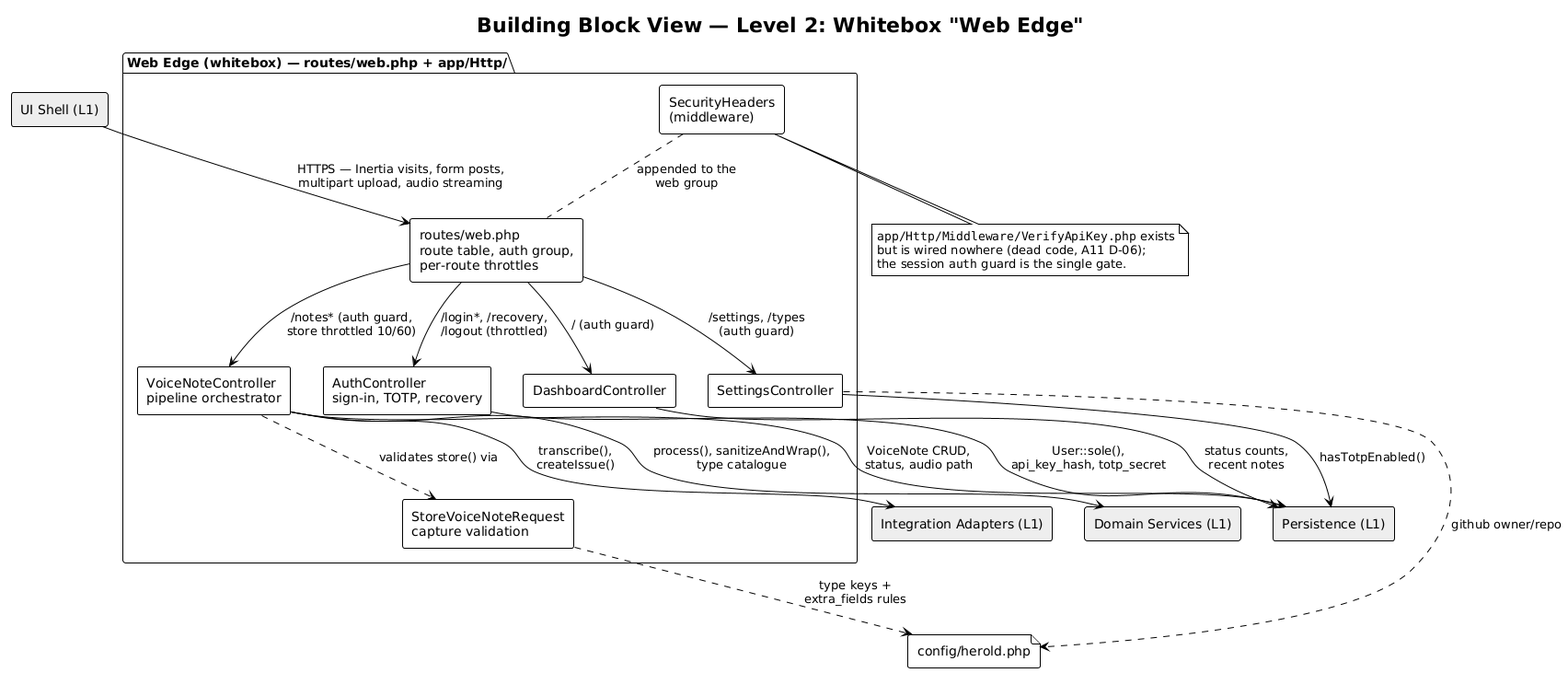
This is docs/arch/diagrams-png/a05-l2-web-edge.png from carstenlucke/herold, a PlantUML export, as it was before one commit.
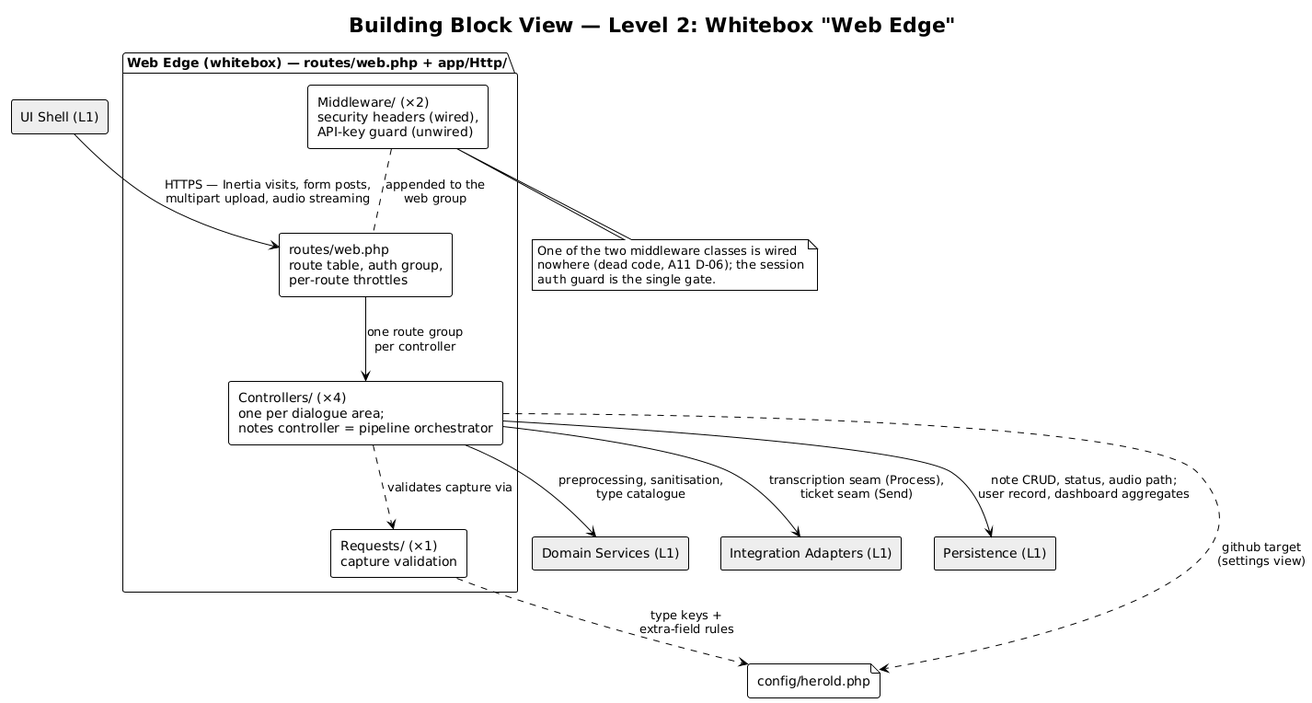
After the commit.

The edit, as a diff of the source:
```diff
@@ -6,12 +6,9 @@
 
 package "Web Edge (whitebox) — routes/web.php + app/Http/" {
   [routes/web.php\nroute table, auth group,\nper-route throttles] as routes
-  [AuthController\nsign-in, TOTP, recovery] as auth
-  [VoiceNoteController\npipeline orchestrator] as vnc
-  [DashboardController] as dash
-  [SettingsController] as settings
-  [StoreVoiceNoteRequest\ncapture validation] as svr
-  [SecurityHeaders\n(middleware)] as sech
+  [Controllers/ (×4)\none per dialogue area;\nnotes controller = pipeline orchestrator] as ctrl
+  [Requests/ (×1)\ncapture validation] as req
+  [Middleware/ (×2)\nsecurity headers (wired),\nAPI-key guard (unwired)] as mw
 }
 
 rectangle "UI Shell (L1)" as ui #EEEEEE
@@ -21,25 +18,19 @@
 file "config/herold.php" as cfg
 
 ui --> routes : HTTPS — Inertia visits, form posts,\nmultipart upload, audio streaming
-routes --> auth : /login*, /recovery,\n/logout (throttled)
-routes --> vnc : /notes* (auth guard,\nstore throttled 10/60)
-routes --> dash : / (auth guard)
-routes --> settings : /settings, /types\n(auth guard)
-sech .. routes : appended to the\nweb group
-vnc ..> svr : validates store() via
-svr ..> cfg : type keys +\nextra_fields rules
-vnc --> domain : process(), sanitizeAndWrap(),\ntype catalogue
-vnc --> adapters : transcribe(),\ncreateIssue()
-vnc --> persistence : VoiceNote CRUD,\nstatus, audio path
-auth --> persistence : User::sole(),\napi_key_hash, totp_secret
-dash --> persistence : status counts,\nrecent notes
-settings --> persistence : hasTotpEnabled()
-settings ..> cfg : github owner/repo
+routes --> ctrl : one route group\nper controller
+mw .. routes : appended to the\nweb group
+ctrl ..> req : validates capture via
+req ..> cfg : type keys +\nextra-field rules
+ctrl --> domain : preprocessing, sanitisation,\ntype catalogue
+ctrl --> adapters : transcription seam (Process),\nticket seam (Send)
+ctrl --> persistence : note CRUD, status, audio path;\nuser record, dashboard aggregates
+ctrl ..> cfg : github target\n(settings view)
 
-note bottom of sech
-  ""app/Http/Middleware/VerifyApiKey.php"" exists
-  but is wired nowhere (dead code, A11 D-06);
-  the session ""auth"" guard is the single gate.
+note bottom of mw
+  One of the two middleware classes is wired
+  nowhere (dead code, A11 D-06); the session
+  ""auth"" guard is the single gate.
 end note
 
 @enduml
```
